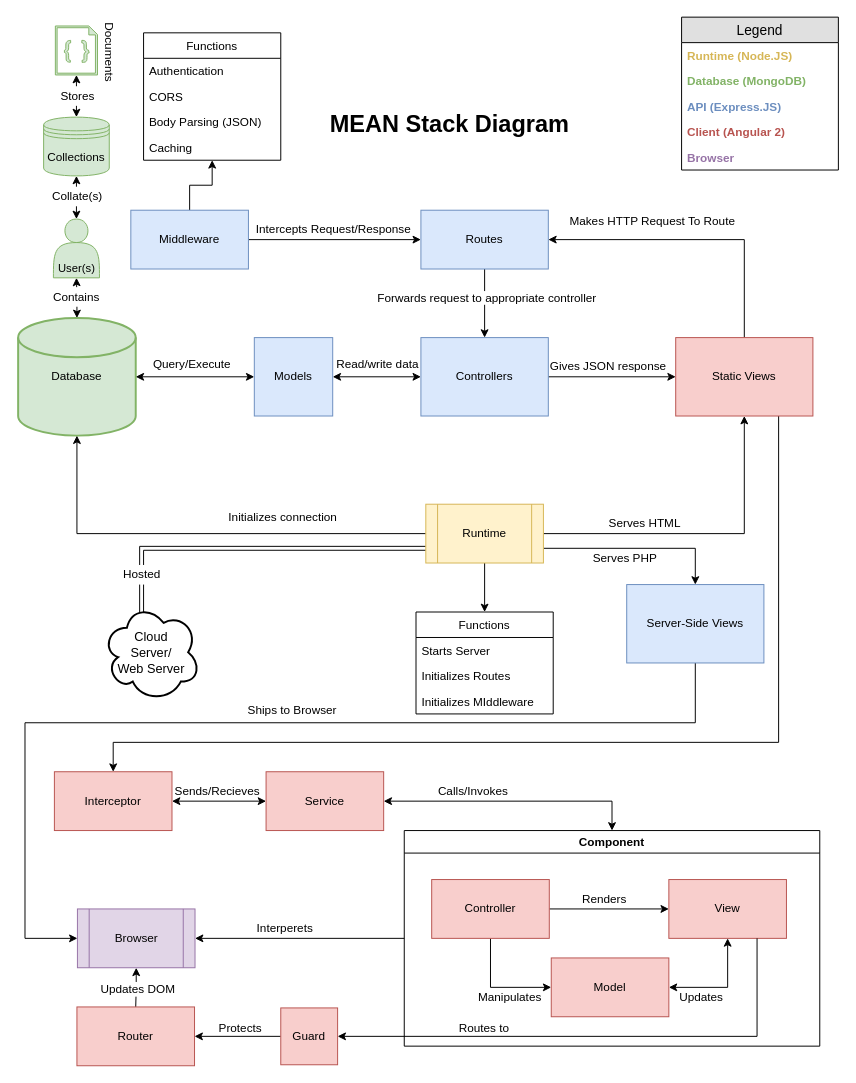
This is misc/MEAN-Stack.drawio from bag33188/PokeROM, a draw.io file, before an edit. Source tidied: cells renumbered, new cells numbered last; positions are measured from the earlier drawing's top-left corner, leaving out a move shared by most shapes. Both pictures are drawn from the tidied source at 98%, with x=0, y=0 at pixel (18, 17).
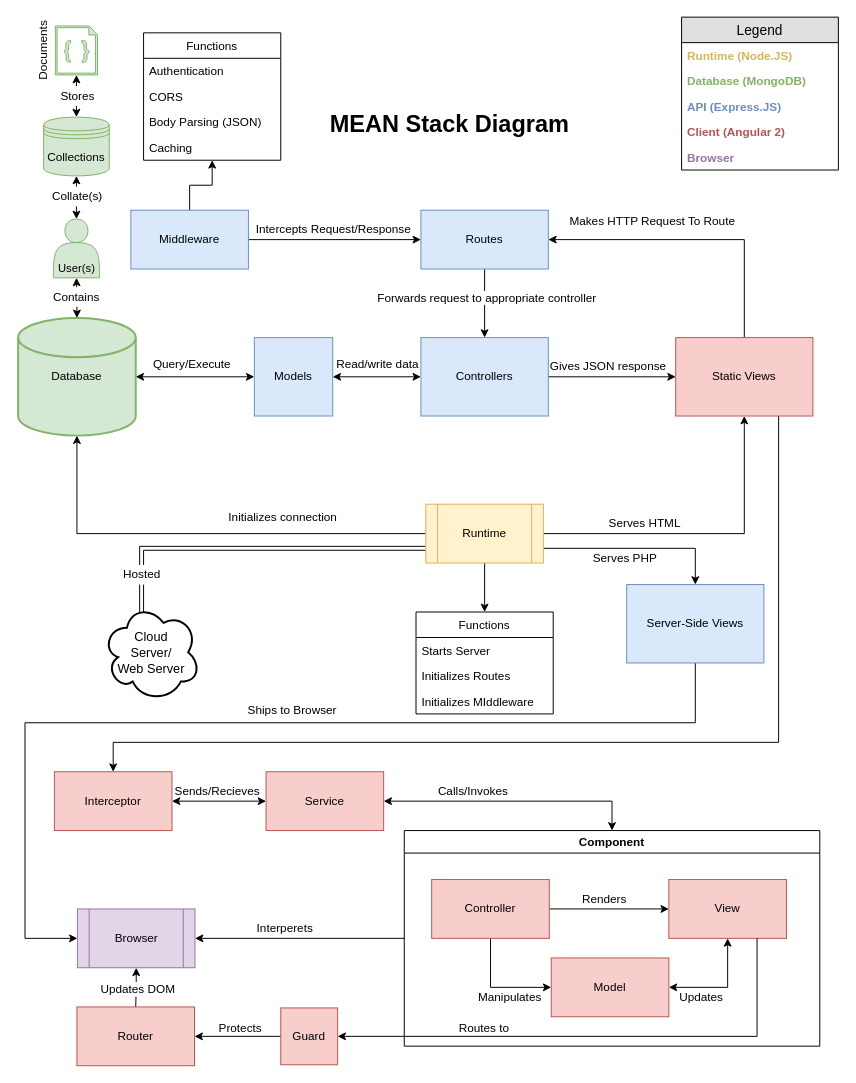
The same diagram, later.

The edit, as a diff of the source:
```diff
@@
-    <mxCell id="89" value="Documents" style="text;html=1;strokeColor=none;fillColor=none;align=center;verticalAlign=middle;whiteSpace=wrap;rounded=0;rotation=90;" parent="1" vertex="1">
-      <mxGeometry x="73" y="26" width="40" height="20" as="geometry" />
+    <mxCell id="89" value="Documents" style="text;html=1;strokeColor=none;fillColor=none;align=center;verticalAlign=middle;whiteSpace=wrap;rounded=0;rotation=-90;" parent="1" vertex="1">
+      <mxGeometry x="6" y="24" width="40" height="20" as="geometry" />
     </mxCell>
```
